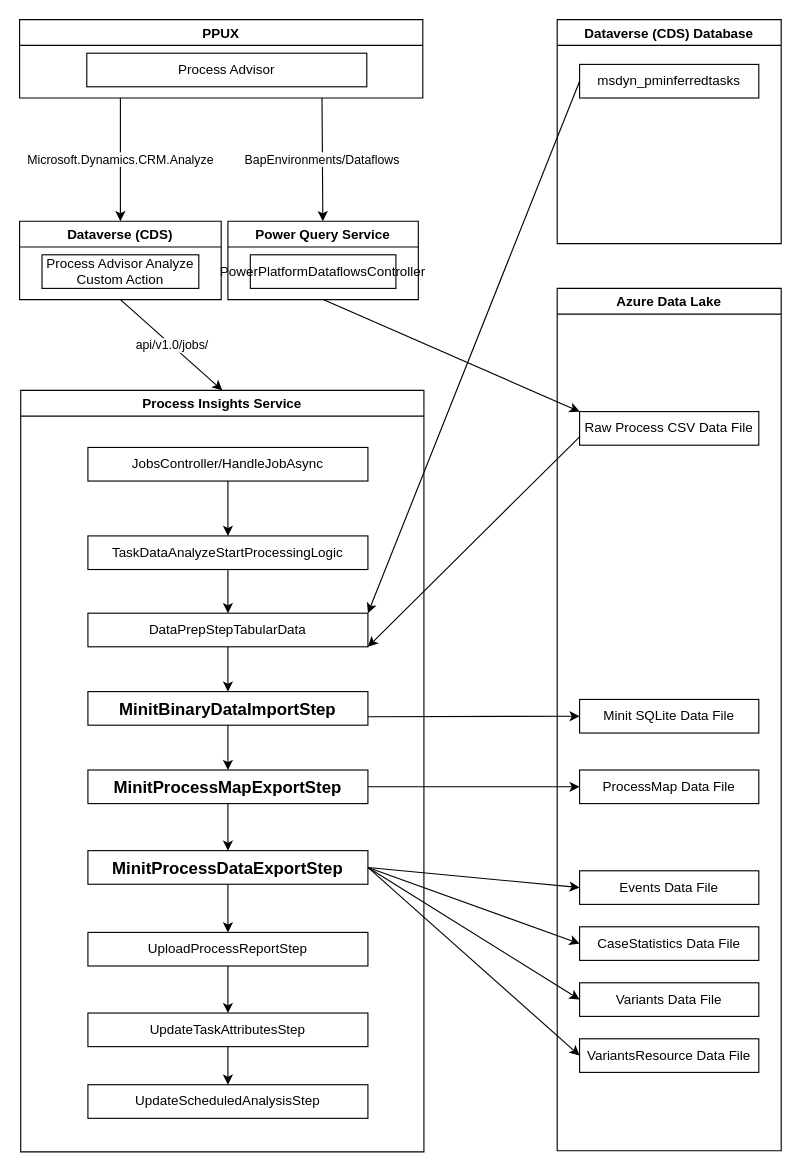
This is Process Insights Service and Minit Integration.drawio from luchenatwork/Diagram, a draw.io file, before an edit. Source tidied: cells renumbered, new cells numbered last; positions are measured from the earlier drawing's top-left corner, leaving out a move shared by most shapes. Both pictures are drawn from the tidied source at 112%, with x=0, y=0 at pixel (19, 19).
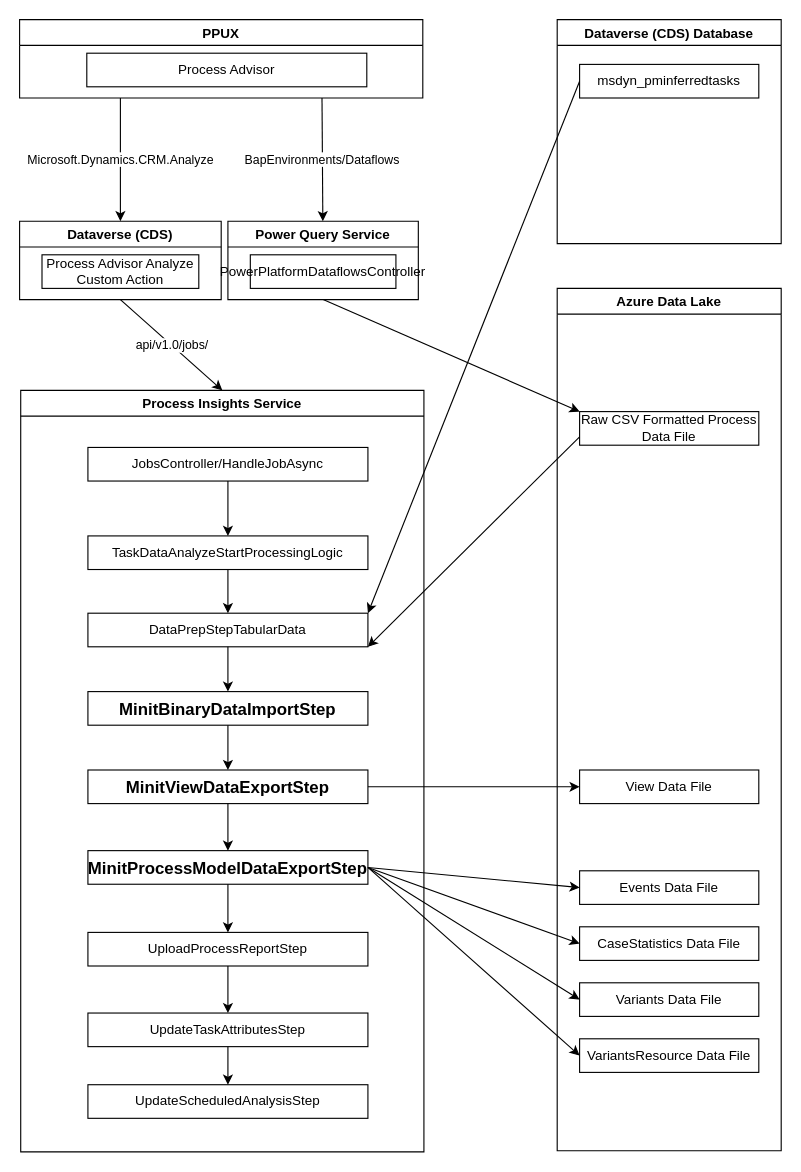
After the change.

Unchanged cells that the change refers to:
```xml
<mxCell id="6" value="Process Insights Service" style="swimlane;" parent="1" vertex="1">
  <mxGeometry x="1" y="331" width="360" height="680" as="geometry" />
</mxCell>
<mxCell id="10" value="MinitBinaryDataImportStep" style="rounded=0;whiteSpace=wrap;html=1;fontStyle=1;fontSize=15;" parent="6" vertex="1">
  <mxGeometry x="60" y="269" width="250" height="30" as="geometry" />
</mxCell>
<mxCell id="28" value="Azure Data Lake" style="swimlane;" parent="1" vertex="1">
  <mxGeometry x="480" y="240" width="200" height="770" as="geometry" />
</mxCell>
```

Change to the diagram source:
```diff
@@
-    <mxCell id="11" value="MinitProcessMapExportStep" style="rounded=0;whiteSpace=wrap;html=1;fontStyle=1;fontSize=15;" parent="6" vertex="1">
+    <mxCell id="11" value="MinitViewDataExportStep" style="rounded=0;whiteSpace=wrap;html=1;fontStyle=1;fontSize=15;" parent="6" vertex="1">
       <mxGeometry x="60" y="339" width="250" height="30" as="geometry" />
     </mxCell>
@@
-    <mxCell id="15" value="MinitProcessDataExportStep" style="rounded=0;whiteSpace=wrap;html=1;fontStyle=1;fontSize=15;" parent="6" vertex="1">
+    <mxCell id="15" value="MinitProcessModelDataExportStep" style="rounded=0;whiteSpace=wrap;html=1;fontStyle=1;fontSize=15;" parent="6" vertex="1">
       <mxGeometry x="60" y="411" width="250" height="30" as="geometry" />
     </mxCell>
@@
-    <mxCell id="29" value="Raw Process CSV Data File" style="rounded=0;whiteSpace=wrap;html=1;" parent="28" vertex="1">
+    <mxCell id="29" value="Raw CSV Formatted Process Data File" style="rounded=0;whiteSpace=wrap;html=1;" parent="28" vertex="1">
       <mxGeometry x="20" y="110" width="160" height="30" as="geometry" />
     </mxCell>
-    <mxCell id="30" value="Minit SQLite Data File" style="rounded=0;whiteSpace=wrap;html=1;" parent="28" vertex="1">
-      <mxGeometry x="20" y="367" width="160" height="30" as="geometry" />
-    </mxCell>
@@
-    <mxCell id="35" value="ProcessMap Data File" style="rounded=0;whiteSpace=wrap;html=1;" parent="28" vertex="1">
+    <mxCell id="35" value="View Data File" style="rounded=0;whiteSpace=wrap;html=1;" parent="28" vertex="1">
       <mxGeometry x="20" y="430" width="160" height="30" as="geometry" />
     </mxCell>
@@
-    <mxCell id="42" style="endArrow=classic;html=1;rounded=0;entryX=0;entryY=0.5;entryDx=0;entryDy=0;exitX=1;exitY=0.75;exitDx=0;exitDy=0;" parent="1" edge="1" source="10" target="30">
-      <mxGeometry relative="1" as="geometry" />
-    </mxCell>
```
